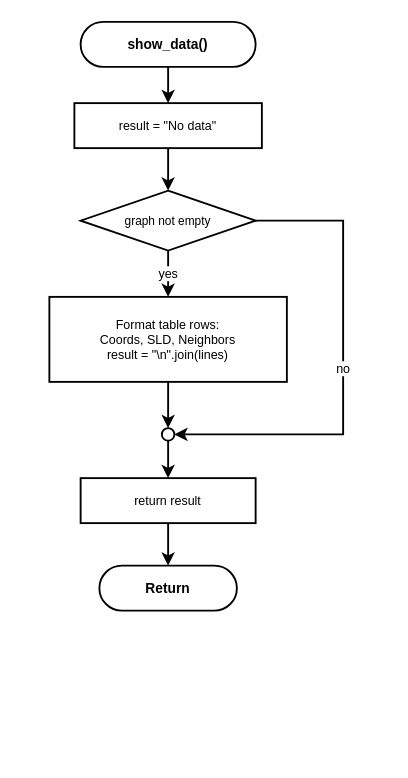
Above: program002/flowchart/04_show_data.drawio in kittiphong064008-cyber/AI-Coding (draw.io), before the change. Source tidied: cells renumbered, new cells numbered last; positions are measured from the earlier drawing's top-left corner, leaving out a move shared by most shapes. Both pictures are drawn from the tidied source at 125%, with x=0, y=0 at pixel (49, 21).
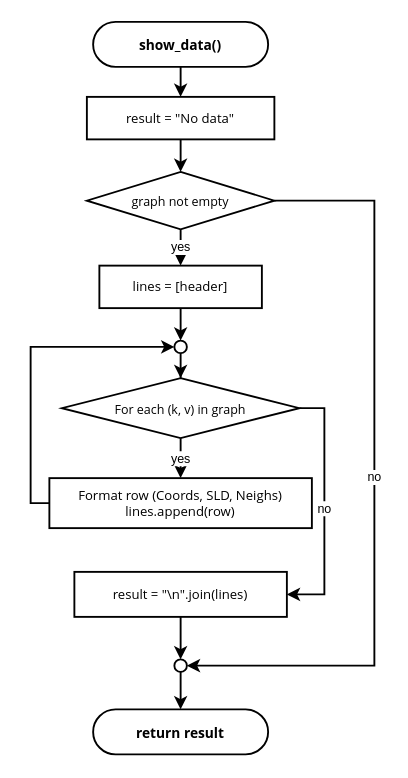
The same page after the edit.

What changed in the source:
```diff
@@
-    <mxCell id="2" value="show_data()" style="rounded=1;whiteSpace=wrap;html=1;arcSize=50;fillColor=#ffffff;strokeColor=#000000;strokeWidth=1.5;fontSize=11;fontFamily=Helvetica;fontStyle=1;" parent="1" vertex="1">
-      <mxGeometry x="25" width="140" height="36" as="geometry" />
+    <mxCell id="2" value="show_data()" style="rounded=1;whiteSpace=wrap;html=1;arcSize=50;fillColor=#ffffff;strokeColor=#000000;strokeWidth=1.5;fontSize=11;fontFamily=Segoe UI;fontStyle=1;" parent="1" vertex="1">
+      <mxGeometry x="35" width="140" height="36" as="geometry" />
     </mxCell>
-    <mxCell id="3" value="result = &quot;No data&quot;" style="rounded=0;whiteSpace=wrap;html=1;fillColor=#ffffff;strokeColor=#000000;strokeWidth=1.5;fontSize=10;fontFamily=Helvetica;" parent="1" vertex="1">
-      <mxGeometry x="20" y="65" width="150" height="36" as="geometry" />
+    <mxCell id="3" value="result = &quot;No data&quot;" style="rounded=0;whiteSpace=wrap;html=1;fillColor=#ffffff;strokeColor=#000000;strokeWidth=1.5;fontSize=10.5;fontFamily=Segoe UI;" parent="1" vertex="1">
+      <mxGeometry x="30" y="60" width="150" height="34" as="geometry" />
     </mxCell>
-    <mxCell id="4" value="graph not empty" style="rhombus;whiteSpace=wrap;html=1;fillColor=#ffffff;strokeColor=#000000;strokeWidth=1.5;fontSize=9.5;fontFamily=Helvetica;" parent="1" vertex="1">
-      <mxGeometry x="25" y="135" width="140" height="48" as="geometry" />
+    <mxCell id="4" value="graph not empty" style="rhombus;whiteSpace=wrap;html=1;fillColor=#ffffff;strokeColor=#000000;strokeWidth=1.5;fontSize=10;fontFamily=Segoe UI;" parent="1" vertex="1">
+      <mxGeometry x="30" y="120" width="150" height="46" as="geometry" />
     </mxCell>
-    <mxCell id="5" value="Format table rows:&#10;Coords, SLD, Neighbors&#10;result = &quot;\n&quot;.join(lines)" style="rounded=0;whiteSpace=wrap;html=1;fillColor=#ffffff;strokeColor=#000000;strokeWidth=1.5;fontSize=10;fontFamily=Helvetica;" parent="1" vertex="1">
-      <mxGeometry y="220" width="190" height="68" as="geometry" />
-    </mxCell>
+    <mxCell id="16" value="lines = [header]" style="rounded=0;whiteSpace=wrap;html=1;fillColor=#ffffff;strokeColor=#000000;strokeWidth=1.5;fontSize=10.5;fontFamily=Segoe UI;" parent="1" vertex="1">
+      <mxGeometry x="40" y="195" width="130" height="34" as="geometry" />
+    </mxCell>
+    <mxCell id="17" style="ellipse;whiteSpace=wrap;html=1;fillColor=#ffffff;strokeColor=#000000;strokeWidth=1.5;" parent="1" vertex="1">
+      <mxGeometry x="100" y="255" width="10" height="10" as="geometry" />
+    </mxCell>
+    <mxCell id="18" value="For each (k, v) in graph" style="rhombus;whiteSpace=wrap;html=1;fillColor=#ffffff;strokeColor=#000000;strokeWidth=1.5;fontSize=10;fontFamily=Segoe UI;" parent="1" vertex="1">
+      <mxGeometry x="10" y="285" width="190" height="48" as="geometry" />
+    </mxCell>
+    <mxCell id="19" value="Format row (Coords, SLD, Neighs)&#10;lines.append(row)" style="rounded=0;whiteSpace=wrap;html=1;fillColor=#ffffff;strokeColor=#000000;strokeWidth=1.5;fontSize=10.5;fontFamily=Segoe UI;" parent="1" vertex="1">
+      <mxGeometry y="365" width="210" height="40" as="geometry" />
+    </mxCell>
+    <mxCell id="20" value="result = &quot;\n&quot;.join(lines)" style="rounded=0;whiteSpace=wrap;html=1;fillColor=#ffffff;strokeColor=#000000;strokeWidth=1.5;fontSize=10.5;fontFamily=Segoe UI;" parent="1" vertex="1">
+      <mxGeometry x="20" y="440" width="170" height="36" as="geometry" />
+    </mxCell>
     <mxCell id="6" style="ellipse;whiteSpace=wrap;html=1;fillColor=#ffffff;strokeColor=#000000;strokeWidth=1.5;" parent="1" vertex="1">
-      <mxGeometry x="90" y="325" width="10" height="10" as="geometry" />
+      <mxGeometry x="100" y="510" width="10" height="10" as="geometry" />
     </mxCell>
-    <mxCell id="7" value="return result" style="rounded=0;whiteSpace=wrap;html=1;fillColor=#ffffff;strokeColor=#000000;strokeWidth=1.5;fontSize=10;fontFamily=Helvetica;" parent="1" vertex="1">
-      <mxGeometry x="25" y="365" width="140" height="36" as="geometry" />
-    </mxCell>
-    <mxCell id="8" value="Return" style="rounded=1;whiteSpace=wrap;html=1;arcSize=50;fillColor=#ffffff;strokeColor=#000000;strokeWidth=1.5;fontSize=11;fontFamily=Helvetica;fontStyle=1;" parent="1" vertex="1">
-      <mxGeometry x="40" y="435" width="110" height="36" as="geometry" />
+    <mxCell id="8" value="return result" style="rounded=1;whiteSpace=wrap;html=1;arcSize=50;fillColor=#ffffff;strokeColor=#000000;strokeWidth=1.5;fontSize=11;fontFamily=Segoe UI;fontStyle=1;" parent="1" vertex="1">
+      <mxGeometry x="35" y="550" width="140" height="36" as="geometry" />
     </mxCell>
@@
-    <mxCell id="11" value="yes" style="edgeStyle=orthogonalEdgeStyle;rounded=0;jettySize=auto;html=1;strokeWidth=1.5;strokeColor=#000000;fontSize=10;fontColor=#000000;" parent="1" edge="1" source="4" target="5">
+    <mxCell id="11" value="yes" style="edgeStyle=orthogonalEdgeStyle;rounded=0;jettySize=auto;html=1;strokeWidth=1.5;strokeColor=#000000;fontSize=10;fontColor=#000000;" parent="1" edge="1" source="4" target="16">
       <mxGeometry relative="1" as="geometry" />
     </mxCell>
-    <mxCell id="12" style="edgeStyle=orthogonalEdgeStyle;rounded=0;jettySize=auto;html=1;strokeWidth=1.5;strokeColor=#000000;fontSize=10;fontColor=#000000;" parent="1" edge="1" source="5" target="6">
+    <mxCell id="12" style="edgeStyle=orthogonalEdgeStyle;rounded=0;jettySize=auto;html=1;strokeWidth=1.5;strokeColor=#000000;fontSize=10;fontColor=#000000;" parent="1" edge="1" source="16" target="17">
       <mxGeometry relative="1" as="geometry" />
     </mxCell>
-    <mxCell id="13" value="no" style="edgeStyle=orthogonalEdgeStyle;rounded=0;jettySize=auto;html=1;strokeWidth=1.5;strokeColor=#000000;fontSize=10;fontColor=#000000;exitX=1;exitY=0.5;exitDx=0;exitDy=0;entryX=1;entryY=0.5;entryDx=0;entryDy=0;" parent="1" edge="1" source="4" target="6">
-      <mxGeometry relative="1" as="geometry">
-        <Array as="points">
-          <mxPoint x="235" y="159" />
-          <mxPoint x="235" y="330" />
-        </Array>
-      </mxGeometry>
+    <mxCell id="13" style="edgeStyle=orthogonalEdgeStyle;rounded=0;jettySize=auto;html=1;strokeWidth=1.5;strokeColor=#000000;fontSize=10;fontColor=#000000;" parent="1" edge="1" source="17" target="18">
+      <mxGeometry relative="1" as="geometry" />
     </mxCell>
-    <mxCell id="14" style="edgeStyle=orthogonalEdgeStyle;rounded=0;jettySize=auto;html=1;strokeWidth=1.5;strokeColor=#000000;fontSize=10;fontColor=#000000;" parent="1" edge="1" source="6" target="7">
+    <mxCell id="14" value="yes" style="edgeStyle=orthogonalEdgeStyle;rounded=0;jettySize=auto;html=1;strokeWidth=1.5;strokeColor=#000000;fontSize=10;fontColor=#000000;" parent="1" edge="1" source="18" target="19">
       <mxGeometry relative="1" as="geometry" />
     </mxCell>
-    <mxCell id="15" style="edgeStyle=orthogonalEdgeStyle;rounded=0;jettySize=auto;html=1;strokeWidth=1.5;strokeColor=#000000;fontSize=10;fontColor=#000000;" parent="1" edge="1" source="7" target="8">
-      <mxGeometry relative="1" as="geometry" />
+    <mxCell id="15" style="edgeStyle=orthogonalEdgeStyle;rounded=0;jettySize=auto;html=1;strokeWidth=1.5;strokeColor=#000000;fontSize=10;fontColor=#000000;exitX=0;exitY=0.5;exitDx=0;exitDy=0;entryX=0;entryY=0.5;entryDx=0;entryDy=0;" parent="1" edge="1" source="19" target="17">
+      <mxGeometry relative="1" as="geometry">
+        <Array as="points">
+          <mxPoint x="-15" y="385" />
+          <mxPoint x="-15" y="260" />
+        </Array>
+      </mxGeometry>
     </mxCell>
+    <mxCell id="21" value="no" style="edgeStyle=orthogonalEdgeStyle;rounded=0;jettySize=auto;html=1;strokeWidth=1.5;strokeColor=#000000;fontSize=10;fontColor=#000000;exitX=1;exitY=0.5;exitDx=0;exitDy=0;entryX=1;entryY=0.5;entryDx=0;entryDy=0;" parent="1" edge="1" source="18" target="20">
+      <mxGeometry relative="1" as="geometry">
+        <Array as="points">
+          <mxPoint x="220" y="309" />
+          <mxPoint x="220" y="458" />
+        </Array>
+      </mxGeometry>
+    </mxCell>
+    <mxCell id="22" style="edgeStyle=orthogonalEdgeStyle;rounded=0;jettySize=auto;html=1;strokeWidth=1.5;strokeColor=#000000;fontSize=10;fontColor=#000000;" parent="1" edge="1" source="20" target="6">
+      <mxGeometry relative="1" as="geometry" />
+    </mxCell>
+    <mxCell id="23" value="no" style="edgeStyle=orthogonalEdgeStyle;rounded=0;jettySize=auto;html=1;strokeWidth=1.5;strokeColor=#000000;fontSize=10;fontColor=#000000;exitX=1;exitY=0.5;exitDx=0;exitDy=0;entryX=1;entryY=0.5;entryDx=0;entryDy=0;" parent="1" edge="1" source="4" target="6">
+      <mxGeometry relative="1" as="geometry">
+        <Array as="points">
+          <mxPoint x="260" y="143" />
+          <mxPoint x="260" y="515" />
+        </Array>
+      </mxGeometry>
+    </mxCell>
+    <mxCell id="24" style="edgeStyle=orthogonalEdgeStyle;rounded=0;jettySize=auto;html=1;strokeWidth=1.5;strokeColor=#000000;fontSize=10;fontColor=#000000;" parent="1" edge="1" source="6" target="8">
+      <mxGeometry relative="1" as="geometry" />
+    </mxCell>
```
